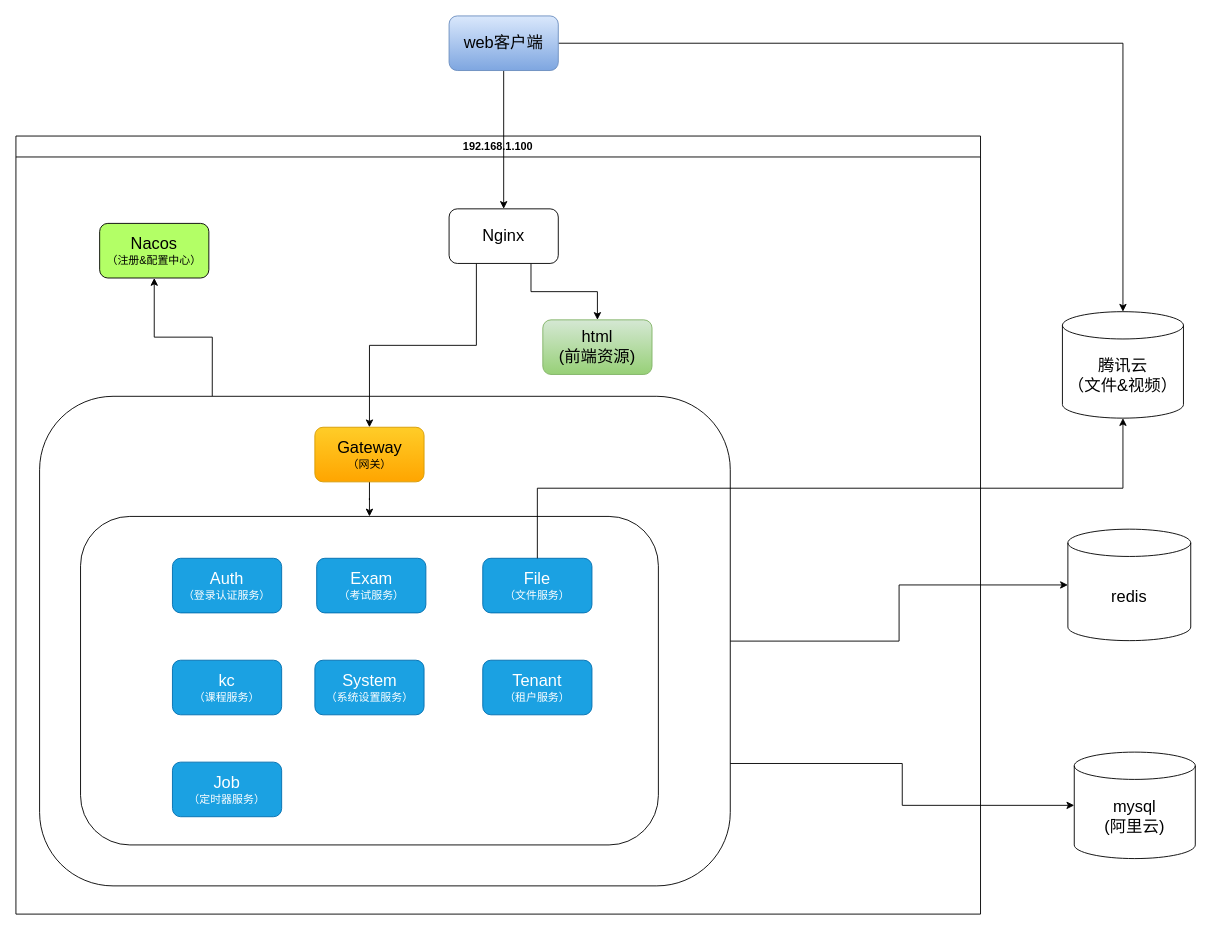
This is ence/chaofen-cloud.drawio from MuggleStar/draw_io, a draw.io file, before an edit. Source tidied: cells renumbered, new cells numbered last; positions are measured from the earlier drawing's top-left corner, leaving out a move shared by most shapes. Both pictures are drawn from the tidied source at 91%, with x=0, y=0 at pixel (15, 15).
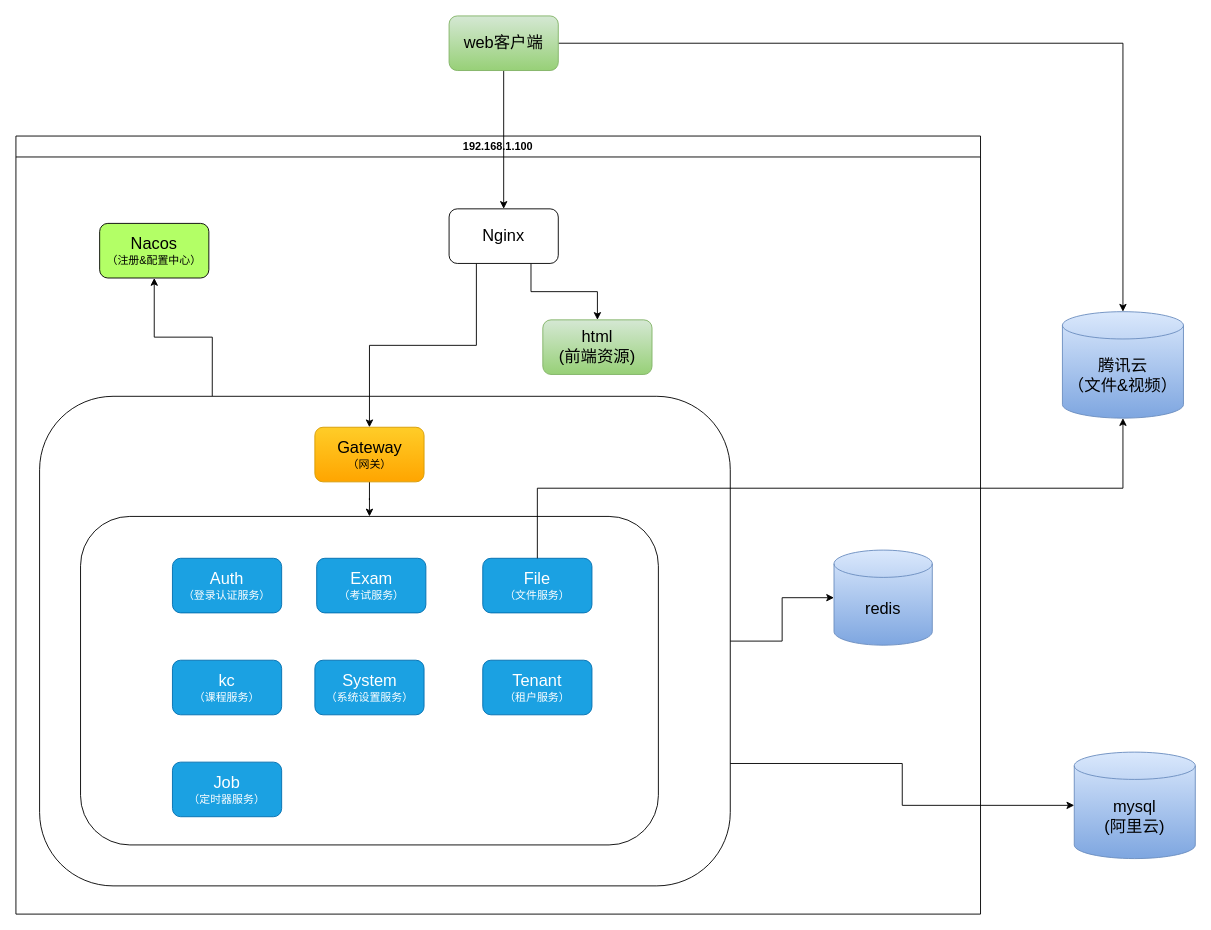
The same page after the edit.

The change refers to these unchanged cells:
```xml
<mxCell id="2" value="192.168.1.100" style="swimlane;whiteSpace=wrap;html=1;" parent="1" vertex="1">
  <mxGeometry y="132" width="1060" height="855" as="geometry" />
</mxCell>
<mxCell id="4" style="rounded=1;whiteSpace=wrap;html=1;" parent="2" vertex="1">
  <mxGeometry x="26" y="286" width="759" height="538" as="geometry" />
</mxCell>
```

Change to the diagram source:
```diff
@@
+    <mxCell id="25" value="&lt;font style=&quot;font-size: 18px;&quot;&gt;redis&lt;/font&gt;" style="shape=cylinder3;whiteSpace=wrap;html=1;boundedLbl=1;backgroundOutline=1;size=15;fillColor=#dae8fc;gradientColor=#7ea6e0;strokeColor=#6c8ebf;" parent="2" vertex="1">
+      <mxGeometry x="899" y="455" width="108" height="104.5" as="geometry" />
+    </mxCell>
+    <mxCell id="26" style="edgeStyle=orthogonalEdgeStyle;rounded=0;jettySize=auto;html=1;exitX=1;exitY=0.5;exitDx=0;exitDy=0;" parent="2" edge="1" source="4" target="25">
+      <mxGeometry relative="1" as="geometry" />
+    </mxCell>
@@
-    <mxCell id="22" value="&lt;span style=&quot;font-size: 18px;&quot;&gt;web客户端&lt;/span&gt;" style="rounded=1;whiteSpace=wrap;html=1;fillColor=#dae8fc;gradientColor=#7ea6e0;strokeColor=#6c8ebf;" parent="1" vertex="1">
+    <mxCell id="22" value="&lt;span style=&quot;font-size: 18px;&quot;&gt;web客户端&lt;/span&gt;" style="rounded=1;whiteSpace=wrap;html=1;fillColor=#d5e8d4;gradientColor=#97d077;strokeColor=#82b366;" parent="1" vertex="1">
       <mxGeometry x="476" width="120" height="60" as="geometry" />
     </mxCell>
-    <mxCell id="23" value="&lt;font style=&quot;font-size: 18px;&quot;&gt;mysql&lt;br&gt;(阿里云)&lt;/font&gt;" style="shape=cylinder3;whiteSpace=wrap;html=1;boundedLbl=1;backgroundOutline=1;size=15;" parent="1" vertex="1">
+    <mxCell id="23" value="&lt;font style=&quot;font-size: 18px;&quot;&gt;mysql&lt;br&gt;(阿里云)&lt;/font&gt;" style="shape=cylinder3;whiteSpace=wrap;html=1;boundedLbl=1;backgroundOutline=1;size=15;fillColor=#dae8fc;gradientColor=#7ea6e0;strokeColor=#6c8ebf;" parent="1" vertex="1">
       <mxGeometry x="1163" y="809" width="133" height="117" as="geometry" />
     </mxCell>
@@
-    <mxCell id="25" value="&lt;font style=&quot;font-size: 18px;&quot;&gt;redis&lt;/font&gt;" style="shape=cylinder3;whiteSpace=wrap;html=1;boundedLbl=1;backgroundOutline=1;size=15;" parent="1" vertex="1">
-      <mxGeometry x="1156" y="564" width="135" height="122.5" as="geometry" />
-    </mxCell>
-    <mxCell id="26" style="edgeStyle=orthogonalEdgeStyle;rounded=0;jettySize=auto;html=1;exitX=1;exitY=0.5;exitDx=0;exitDy=0;" parent="1" edge="1" source="4" target="25">
-      <mxGeometry relative="1" as="geometry" />
-    </mxCell>
-    <mxCell id="27" value="&lt;span style=&quot;font-size: 18px;&quot;&gt;腾讯云&lt;br&gt;（文件&amp;amp;视频&lt;/span&gt;&lt;span style=&quot;font-size: 18px; background-color: initial;&quot;&gt;）&lt;/span&gt;" style="shape=cylinder3;whiteSpace=wrap;html=1;boundedLbl=1;backgroundOutline=1;size=15;" parent="1" vertex="1">
+    <mxCell id="27" value="&lt;span style=&quot;font-size: 18px;&quot;&gt;腾讯云&lt;br&gt;（文件&amp;amp;视频&lt;/span&gt;&lt;span style=&quot;font-size: 18px; background-color: initial;&quot;&gt;）&lt;/span&gt;" style="shape=cylinder3;whiteSpace=wrap;html=1;boundedLbl=1;backgroundOutline=1;size=15;fillColor=#dae8fc;gradientColor=#7ea6e0;strokeColor=#6c8ebf;" parent="1" vertex="1">
       <mxGeometry x="1150" y="325" width="133" height="117" as="geometry" />
     </mxCell>
```
